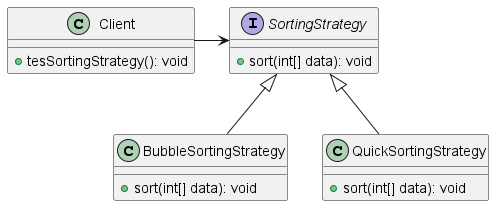
Above: behavioral/strategy/strategy-uml.png in ahmedyoussof/java-design-patterns (PlantUML), before the change.
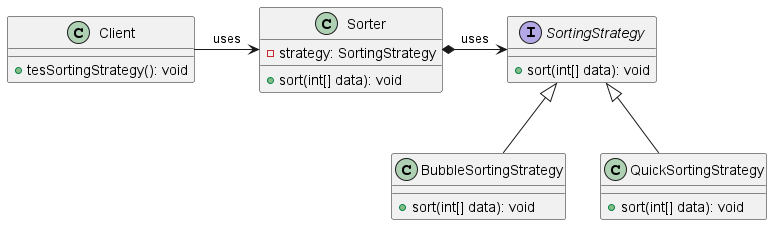
The same file after the commit.

Commit message:
add Strategy pattern

Change to the diagram source:
```diff
@@ -12,14 +12,18 @@
     + sort(int[] data): void
 }
 
+Class Sorter {
+    - strategy: SortingStrategy
+    + sort(int[] data): void
+}
+
 Class Client {
     + tesSortingStrategy(): void
 }
 
-Client -right-> SortingStrategy
-
+Client -r-> Sorter: uses
+Sorter *-r-> SortingStrategy: uses
 SortingStrategy <|-d- BubbleSortingStrategy
-
 SortingStrategy <|-d- QuickSortingStrategy
 
 
```
